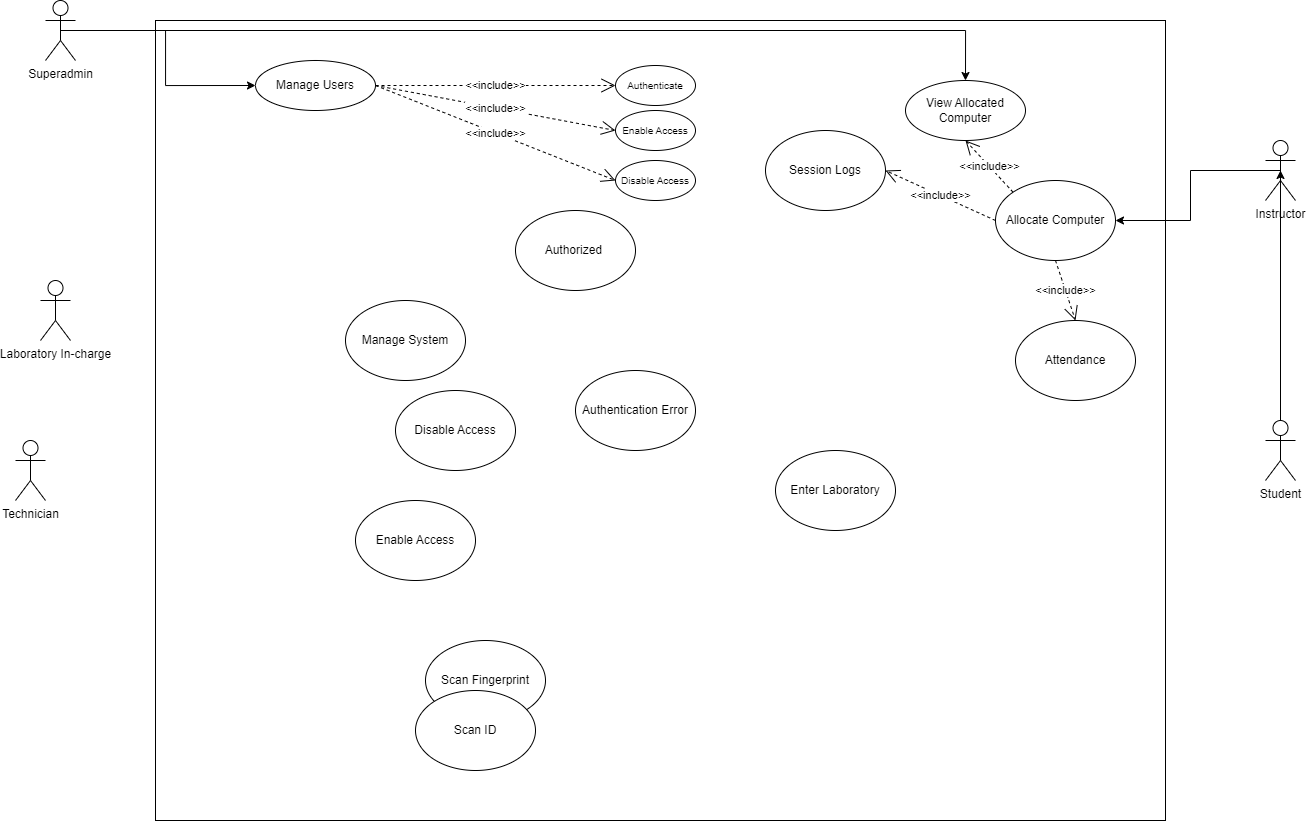
kaisunoo/Acads keeps this draw.io diagram as Use_Case_Diagram_Marimo.drawio.png. Above is the earlier version. Source tidied: cells renumbered, new cells last; positions are measured from the earlier drawing's top-left corner, leaving out a move shared by most shapes.
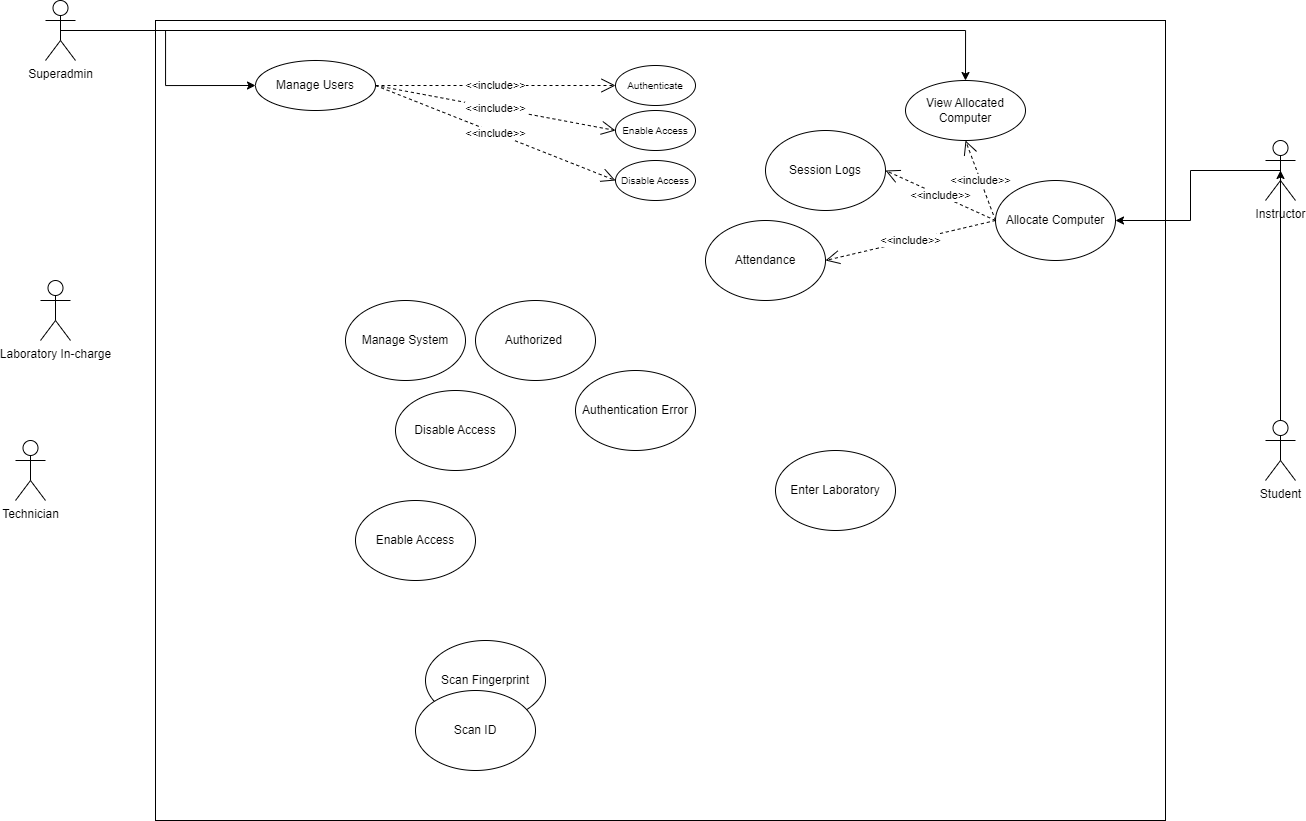
Above is the later version.

Change to the diagram source:
```diff
@@ -30,7 +30,7 @@
       <mxGeometry x="240" y="60" width="120" height="50" as="geometry" />
     </mxCell>
     <mxCell id="11" value="Authorized&amp;nbsp;" style="ellipse;whiteSpace=wrap;html=1;" parent="1" vertex="1">
-      <mxGeometry x="500" y="210" width="120" height="80" as="geometry" />
+      <mxGeometry x="460" y="300" width="120" height="80" as="geometry" />
     </mxCell>
     <mxCell id="12" value="View Allocated Computer" style="ellipse;whiteSpace=wrap;html=1;" parent="1" vertex="1">
       <mxGeometry x="890" y="80" width="120" height="60" as="geometry" />
@@ -47,7 +47,7 @@
     <mxCell id="16" value="Allocate Computer" style="ellipse;whiteSpace=wrap;html=1;" parent="1" vertex="1">
       <mxGeometry x="980" y="180" width="120" height="80" as="geometry" />
     </mxCell>
-    <mxCell id="17" value="&amp;lt;&amp;lt;include&amp;gt;&amp;gt;" style="endArrow=open;endSize=12;dashed=1;html=1;rounded=0;exitX=0;exitY=0;exitDx=0;exitDy=0;entryX=0.5;entryY=1;entryDx=0;entryDy=0;" parent="1" edge="1" source="16" target="12">
+    <mxCell id="17" value="&amp;lt;&amp;lt;include&amp;gt;&amp;gt;" style="endArrow=open;endSize=12;dashed=1;html=1;rounded=0;exitX=0;exitY=0.5;exitDx=0;exitDy=0;entryX=0.5;entryY=1;entryDx=0;entryDy=0;" parent="1" edge="1" source="16" target="12">
       <mxGeometry relative="1" as="geometry" />
     </mxCell>
     <mxCell id="18" value="Authentication Error" style="ellipse;whiteSpace=wrap;html=1;" parent="1" vertex="1">
@@ -80,9 +80,9 @@
       </mxGeometry>
     </mxCell>
     <mxCell id="27" value="Attendance" style="ellipse;whiteSpace=wrap;html=1;" parent="1" vertex="1">
-      <mxGeometry x="1000" y="320" width="120" height="80" as="geometry" />
+      <mxGeometry x="690" y="220" width="120" height="80" as="geometry" />
     </mxCell>
-    <mxCell id="28" value="&amp;lt;&amp;lt;include&amp;gt;&amp;gt;" style="endArrow=open;endSize=12;dashed=1;html=1;rounded=0;entryX=0.5;entryY=0;entryDx=0;entryDy=0;exitX=0.5;exitY=1;exitDx=0;exitDy=0;" parent="1" edge="1" source="16" target="27">
+    <mxCell id="28" value="&amp;lt;&amp;lt;include&amp;gt;&amp;gt;" style="endArrow=open;endSize=12;dashed=1;html=1;rounded=0;entryX=1;entryY=0.5;entryDx=0;entryDy=0;exitX=0;exitY=0.5;exitDx=0;exitDy=0;" parent="1" edge="1" source="16" target="27">
       <mxGeometry relative="1" as="geometry" />
     </mxCell>
     <mxCell id="29" value="Manage System" style="ellipse;whiteSpace=wrap;html=1;" parent="1" vertex="1">
```
